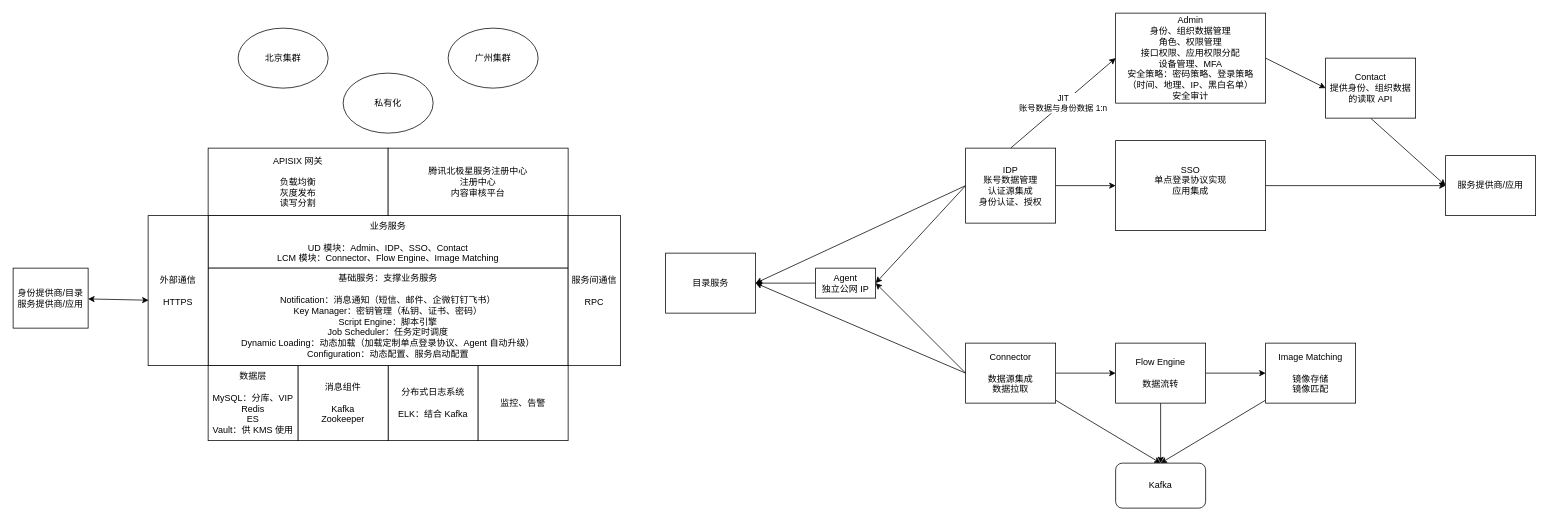
Above: homework/src/main/resources/IDaaS 业务架构.drawio in YufuMxl/geek_java_practise (draw.io), before the change. Source tidied: cells renumbered, new cells numbered last; positions are measured from the earlier drawing's top-left corner, leaving out a move shared by most shapes. Both pictures are drawn from the tidied source at 75%, with x=0, y=0 at pixel (13, 13).
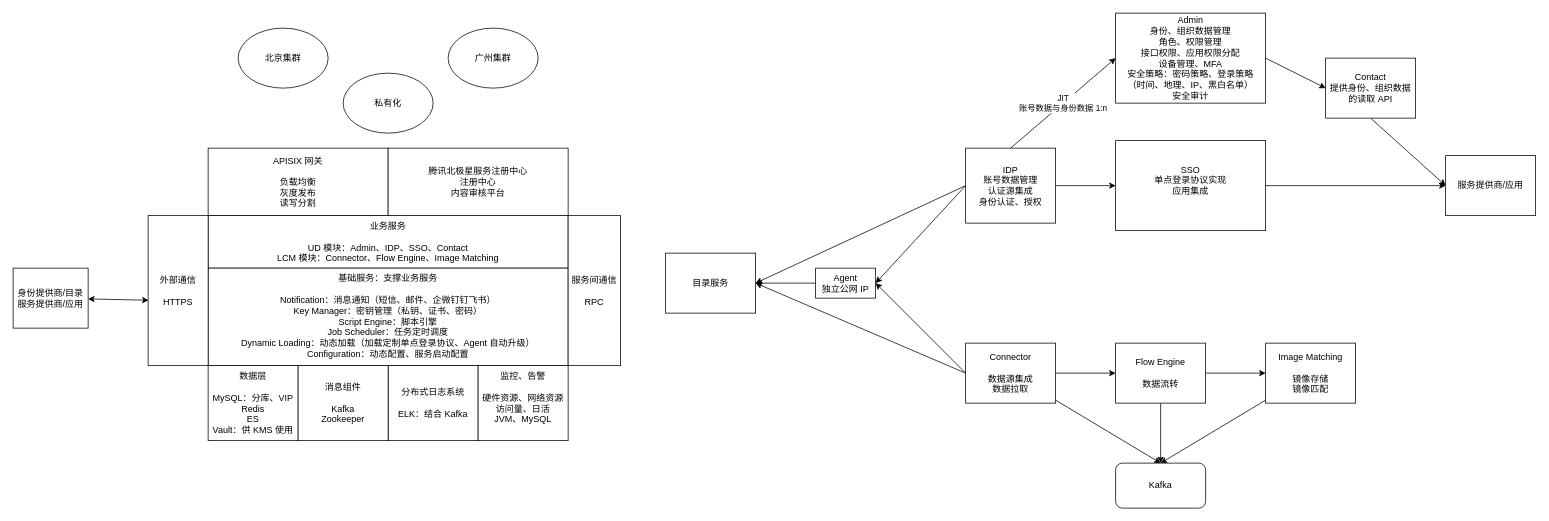
Above is the later version.

Commit message (it also covers changes not shown here):
更新IDaaS 业务架构.drawio

The edit, as a diff of the source:
```diff
@@
-    <mxCell id="34" value="监控、告警" style="rounded=0;whiteSpace=wrap;html=1;" parent="1" vertex="1">
+    <mxCell id="34" value="&lt;div&gt;监控、告警&lt;/div&gt;&lt;div&gt;&lt;br&gt;&lt;/div&gt;&lt;div&gt;硬件资源、网络资源&lt;/div&gt;&lt;div&gt;访问量、日活&lt;br&gt;&lt;/div&gt;&lt;div&gt;JVM、MySQL&lt;/div&gt;&lt;div&gt;&lt;br&gt;&lt;/div&gt;" style="rounded=0;whiteSpace=wrap;html=1;" parent="1" vertex="1">
       <mxGeometry x="620" y="470" width="120" height="100" as="geometry" />
     </mxCell>
```
